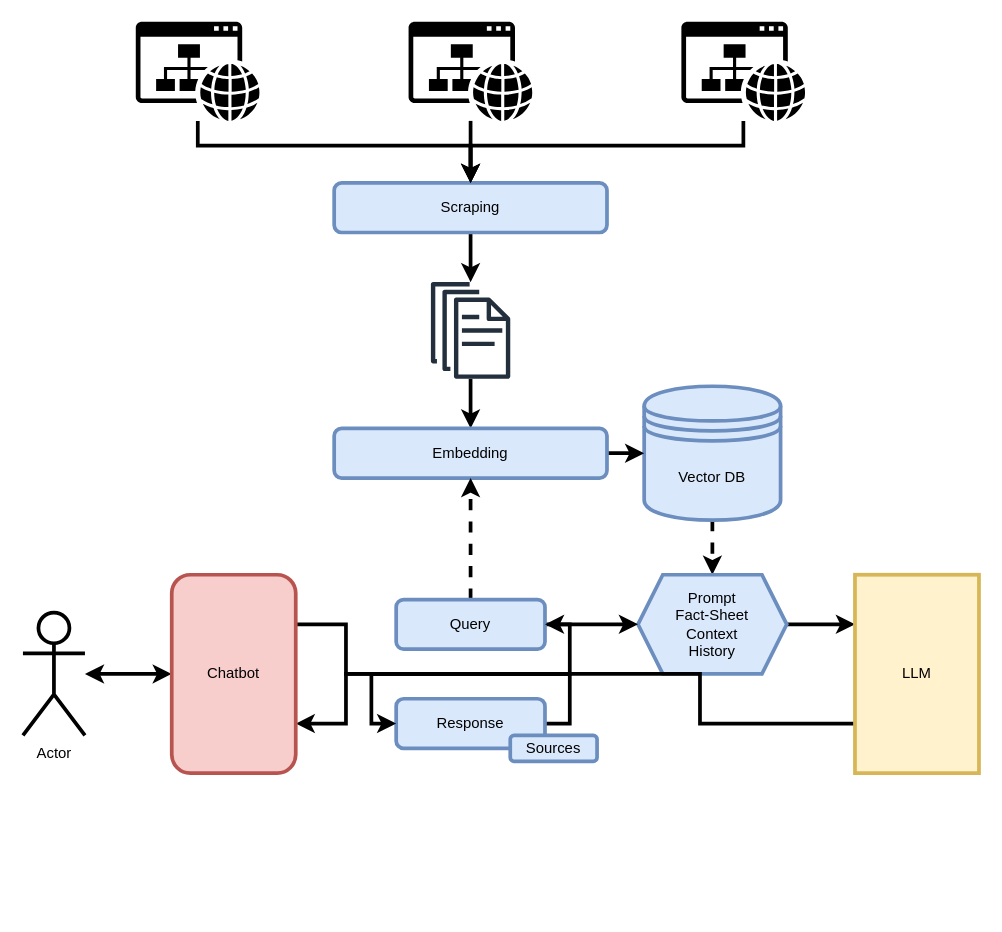
Earlier version of the draw.io diagram assets/architectureSimple.drawio (maxiwilke/geant-rag). Source tidied: cells renumbered, new cells numbered last; positions are measured from the earlier drawing's top-left corner, leaving out a move shared by most shapes. Both pictures are drawn from the tidied source at 124%, with x=0, y=0 at pixel (22, 21).
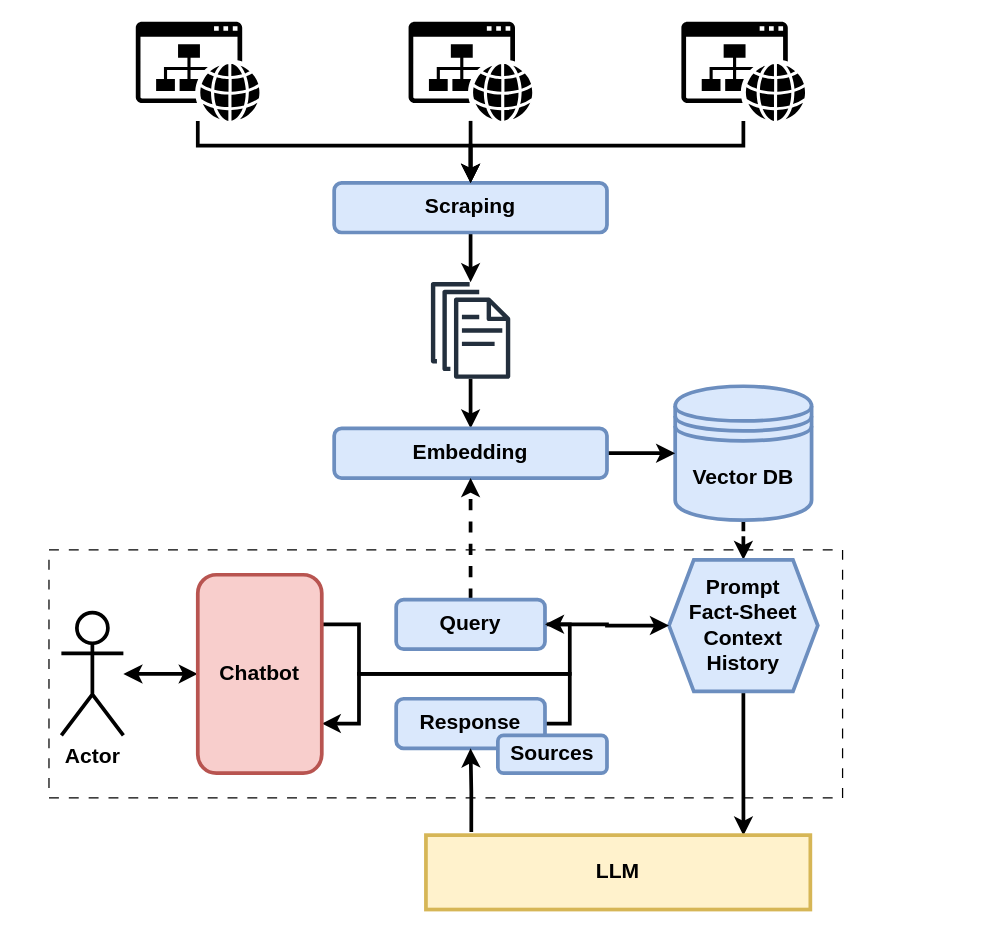
The same diagram, later.

Diff of the diagram source:
```diff
@@
-    <mxCell id="2" style="edgeStyle=orthogonalEdgeStyle;rounded=0;jettySize=auto;html=1;entryX=0.5;entryY=0;entryDx=0;entryDy=0;strokeWidth=3;" parent="1" edge="1" source="29" target="10">
+    <mxCell id="2" style="edgeStyle=orthogonalEdgeStyle;rounded=0;jettySize=auto;html=1;entryX=0.5;entryY=0;entryDx=0;entryDy=0;strokeWidth=3;fontSize=17;fontStyle=1;" parent="1" edge="1" source="29" target="10">
       <mxGeometry relative="1" as="geometry" />
     </mxCell>
-    <mxCell id="3" style="edgeStyle=orthogonalEdgeStyle;rounded=0;jettySize=auto;html=1;entryX=0.5;entryY=0;entryDx=0;entryDy=0;strokeWidth=3;dashed=1;" parent="1" edge="1" source="4" target="8">
+    <mxCell id="3" style="edgeStyle=orthogonalEdgeStyle;rounded=0;jettySize=auto;html=1;entryX=0.5;entryY=0;entryDx=0;entryDy=0;strokeWidth=3;dashed=1;fontSize=17;fontStyle=1;" parent="1" edge="1" source="4" target="8">
       <mxGeometry relative="1" as="geometry" />
     </mxCell>
-    <mxCell id="4" value="Vector DB" style="shape=datastore;whiteSpace=wrap;html=1;strokeWidth=3;fillColor=#dae8fc;strokeColor=#6c8ebf;" parent="1" vertex="1">
-      <mxGeometry x="501" y="294" width="110" height="108" as="geometry" />
+    <mxCell id="4" value="Vector DB" style="shape=datastore;whiteSpace=wrap;html=1;strokeWidth=3;fillColor=#dae8fc;strokeColor=#6c8ebf;fontSize=17;fontStyle=1;" parent="1" vertex="1">
+      <mxGeometry x="526" y="294" width="110" height="108" as="geometry" />
     </mxCell>
-    <mxCell id="5" style="edgeStyle=orthogonalEdgeStyle;rounded=0;jettySize=auto;html=1;strokeWidth=3;" parent="1" edge="1" source="6" target="29">
+    <mxCell id="5" style="edgeStyle=orthogonalEdgeStyle;rounded=0;jettySize=auto;html=1;strokeWidth=3;fontSize=17;fontStyle=1;" parent="1" edge="1" source="6" target="29">
       <mxGeometry relative="1" as="geometry" />
     </mxCell>
-    <mxCell id="6" value="Scraping" style="rounded=1;whiteSpace=wrap;html=1;strokeWidth=3;fillColor=#dae8fc;strokeColor=#6c8ebf;" parent="1" vertex="1">
+    <mxCell id="6" value="&lt;span&gt;Scraping&lt;/span&gt;" style="rounded=1;whiteSpace=wrap;html=1;strokeWidth=3;fillColor=#dae8fc;strokeColor=#6c8ebf;fontSize=17;fontStyle=1;" parent="1" vertex="1">
       <mxGeometry x="251" y="130" width="220" height="40" as="geometry" />
     </mxCell>
-    <mxCell id="7" style="edgeStyle=orthogonalEdgeStyle;rounded=0;jettySize=auto;html=1;exitX=1;exitY=0.5;exitDx=0;exitDy=0;entryX=0;entryY=0.25;entryDx=0;entryDy=0;strokeWidth=3;" parent="1" edge="1" source="8" target="20">
+    <mxCell id="7" style="edgeStyle=orthogonalEdgeStyle;rounded=0;jettySize=auto;html=1;exitX=0.5;exitY=1;exitDx=0;exitDy=0;entryX=0.826;entryY=0.006;entryDx=0;entryDy=0;strokeWidth=3;entryPerimeter=0;fontSize=17;fontStyle=1;" parent="1" edge="1" source="8" target="20">
       <mxGeometry relative="1" as="geometry" />
     </mxCell>
-    <mxCell id="8" value="Prompt&lt;div&gt;Fact-Sheet&lt;br&gt;&lt;div&gt;Context&lt;/div&gt;&lt;div&gt;History&lt;/div&gt;&lt;/div&gt;" style="shape=hexagon;perimeter=hexagonPerimeter2;whiteSpace=wrap;html=1;fixedSize=1;strokeWidth=3;fillColor=#dae8fc;strokeColor=#6c8ebf;" parent="1" vertex="1">
-      <mxGeometry x="496" y="446" width="120" height="80" as="geometry" />
+    <mxCell id="8" value="Prompt&lt;div&gt;Fact-Sheet&lt;br&gt;&lt;div&gt;Context&lt;/div&gt;&lt;div&gt;History&lt;/div&gt;&lt;/div&gt;" style="shape=hexagon;perimeter=hexagonPerimeter2;whiteSpace=wrap;html=1;fixedSize=1;strokeWidth=3;fillColor=#dae8fc;strokeColor=#6c8ebf;fontSize=17;fontStyle=1;" parent="1" vertex="1">
+      <mxGeometry x="521" y="434" width="120" height="106" as="geometry" />
     </mxCell>
-    <mxCell id="9" style="edgeStyle=orthogonalEdgeStyle;rounded=0;jettySize=auto;html=1;entryX=0;entryY=0.5;entryDx=0;entryDy=0;strokeWidth=3;" parent="1" edge="1" source="10" target="4">
+    <mxCell id="9" style="edgeStyle=orthogonalEdgeStyle;rounded=0;jettySize=auto;html=1;entryX=0;entryY=0.5;entryDx=0;entryDy=0;strokeWidth=3;fontSize=17;fontStyle=1;" parent="1" edge="1" source="10" target="4">
       <mxGeometry relative="1" as="geometry" />
     </mxCell>
-    <mxCell id="10" value="Embedding" style="rounded=1;whiteSpace=wrap;html=1;strokeWidth=3;flipH=1;legacyAnchorPoints=0;flipV=0;fillColor=#dae8fc;strokeColor=#6c8ebf;" parent="1" vertex="1">
+    <mxCell id="10" value="Embedding" style="rounded=1;whiteSpace=wrap;html=1;strokeWidth=3;flipH=1;legacyAnchorPoints=0;flipV=0;fillColor=#dae8fc;strokeColor=#6c8ebf;fontSize=17;fontStyle=1;" parent="1" vertex="1">
       <mxGeometry x="251" y="328" width="220" height="40" as="geometry" />
     </mxCell>
-    <mxCell id="11" style="edgeStyle=orthogonalEdgeStyle;rounded=0;jettySize=auto;html=1;entryX=0;entryY=0.5;entryDx=0;entryDy=0;strokeWidth=3;" parent="1" edge="1" source="13" target="8">
+    <mxCell id="11" style="edgeStyle=orthogonalEdgeStyle;rounded=0;jettySize=auto;html=1;entryX=0;entryY=0.5;entryDx=0;entryDy=0;strokeWidth=3;fontSize=17;fontStyle=1;" parent="1" edge="1" source="13" target="8">
       <mxGeometry relative="1" as="geometry" />
     </mxCell>
-    <mxCell id="12" style="edgeStyle=orthogonalEdgeStyle;rounded=0;jettySize=auto;html=1;entryX=0.5;entryY=1;entryDx=0;entryDy=0;strokeWidth=3;dashed=1;" parent="1" edge="1" source="13" target="10">
+    <mxCell id="12" style="edgeStyle=orthogonalEdgeStyle;rounded=0;jettySize=auto;html=1;entryX=0.5;entryY=1;entryDx=0;entryDy=0;strokeWidth=3;dashed=1;fontSize=17;fontStyle=1;" parent="1" edge="1" source="13" target="10">
       <mxGeometry relative="1" as="geometry" />
     </mxCell>
-    <mxCell id="13" value="Query" style="rounded=1;whiteSpace=wrap;html=1;strokeWidth=3;flipH=1;legacyAnchorPoints=0;flipV=0;fillColor=#dae8fc;strokeColor=#6c8ebf;" parent="1" vertex="1">
+    <mxCell id="13" value="Query" style="rounded=1;whiteSpace=wrap;html=1;strokeWidth=3;flipH=1;legacyAnchorPoints=0;flipV=0;fillColor=#dae8fc;strokeColor=#6c8ebf;fontSize=17;fontStyle=1;" parent="1" vertex="1">
       <mxGeometry x="301" y="466" width="120" height="40" as="geometry" />
     </mxCell>
-    <mxCell id="14" style="edgeStyle=orthogonalEdgeStyle;rounded=0;jettySize=auto;html=1;exitX=1;exitY=0.5;exitDx=0;exitDy=0;entryX=1;entryY=0.75;entryDx=0;entryDy=0;strokeWidth=3;" parent="1" edge="1" source="15" target="22">
+    <mxCell id="14" style="edgeStyle=orthogonalEdgeStyle;rounded=0;jettySize=auto;html=1;exitX=1;exitY=0.5;exitDx=0;exitDy=0;entryX=1;entryY=0.75;entryDx=0;entryDy=0;strokeWidth=3;fontSize=17;fontStyle=1;" parent="1" edge="1" source="15" target="22">
       <mxGeometry relative="1" as="geometry" />
     </mxCell>
-    <mxCell id="15" value="Response" style="rounded=1;whiteSpace=wrap;html=1;strokeWidth=3;flipH=1;legacyAnchorPoints=0;flipV=0;fillColor=#dae8fc;strokeColor=#6c8ebf;" parent="1" vertex="1">
+    <mxCell id="15" value="Response" style="rounded=1;whiteSpace=wrap;html=1;strokeWidth=3;flipH=1;legacyAnchorPoints=0;flipV=0;fillColor=#dae8fc;strokeColor=#6c8ebf;fontSize=17;fontStyle=1;" parent="1" vertex="1">
       <mxGeometry x="301" y="546" width="120" height="40" as="geometry" />
     </mxCell>
-    <mxCell id="16" value="Sources" style="rounded=1;whiteSpace=wrap;html=1;strokeWidth=3;fillColor=#dae8fc;strokeColor=#6c8ebf;" parent="1" vertex="1">
-      <mxGeometry x="393" y="575.5" width="70" height="21" as="geometry" />
+    <mxCell id="16" value="Sources" style="rounded=1;whiteSpace=wrap;html=1;strokeWidth=3;fillColor=#dae8fc;strokeColor=#6c8ebf;fontSize=17;fontStyle=1;" parent="1" vertex="1">
+      <mxGeometry x="383" y="575.5" width="88" height="30.5" as="geometry" />
     </mxCell>
-    <mxCell id="17" style="edgeStyle=orthogonalEdgeStyle;rounded=0;jettySize=auto;html=1;entryX=0;entryY=0.5;entryDx=0;entryDy=0;startArrow=classic;startFill=1;strokeWidth=3;" parent="1" edge="1" source="18" target="22">
+    <mxCell id="17" style="edgeStyle=orthogonalEdgeStyle;rounded=0;jettySize=auto;html=1;entryX=0;entryY=0.5;entryDx=0;entryDy=0;startArrow=classic;startFill=1;strokeWidth=3;fontSize=17;fontStyle=1;" parent="1" edge="1" source="18" target="22">
       <mxGeometry relative="1" as="geometry" />
     </mxCell>
-    <mxCell id="18" value="Actor" style="shape=umlActor;verticalLabelPosition=bottom;verticalAlign=top;html=1;outlineConnect=0;strokeWidth=3;" parent="1" vertex="1">
-      <mxGeometry y="476.5" width="50" height="99" as="geometry" />
+    <mxCell id="18" value="Actor" style="shape=umlActor;verticalLabelPosition=bottom;verticalAlign=top;html=1;outlineConnect=0;strokeWidth=3;fontSize=17;fontStyle=1;" parent="1" vertex="1">
+      <mxGeometry x="31" y="476.5" width="50" height="99" as="geometry" />
     </mxCell>
-    <mxCell id="19" style="edgeStyle=orthogonalEdgeStyle;rounded=0;jettySize=auto;html=1;exitX=0;exitY=0.75;exitDx=0;exitDy=0;entryX=0;entryY=0.5;entryDx=0;entryDy=0;strokeWidth=3;" parent="1" edge="1" source="20" target="15">
+    <mxCell id="19" style="edgeStyle=orthogonalEdgeStyle;rounded=0;jettySize=auto;html=1;entryX=0.5;entryY=1;entryDx=0;entryDy=0;strokeWidth=3;exitX=0.118;exitY=-0.043;exitDx=0;exitDy=0;exitPerimeter=0;fontSize=17;fontStyle=1;" parent="1" edge="1" source="20" target="15">
       <mxGeometry relative="1" as="geometry" />
     </mxCell>
-    <mxCell id="20" value="LLM" style="rounded=0;whiteSpace=wrap;html=1;strokeWidth=3;fillColor=#fff2cc;strokeColor=#d6b656;" parent="1" vertex="1">
-      <mxGeometry x="671" y="446" width="100" height="160" as="geometry" />
+    <mxCell id="20" value="LLM" style="rounded=0;whiteSpace=wrap;html=1;strokeWidth=3;fillColor=#fff2cc;strokeColor=#d6b656;fontSize=17;fontStyle=1;" parent="1" vertex="1">
+      <mxGeometry x="325" y="656" width="310" height="60" as="geometry" />
     </mxCell>
-    <mxCell id="21" style="edgeStyle=orthogonalEdgeStyle;rounded=0;jettySize=auto;html=1;exitX=1;exitY=0.25;exitDx=0;exitDy=0;entryX=1;entryY=0.5;entryDx=0;entryDy=0;strokeWidth=3;" parent="1" edge="1" source="22" target="13">
+    <mxCell id="21" style="edgeStyle=orthogonalEdgeStyle;rounded=0;jettySize=auto;html=1;exitX=1;exitY=0.25;exitDx=0;exitDy=0;entryX=1;entryY=0.5;entryDx=0;entryDy=0;strokeWidth=3;fontSize=17;fontStyle=1;" parent="1" edge="1" source="22" target="13">
       <mxGeometry relative="1" as="geometry" />
     </mxCell>
-    <mxCell id="22" value="Chatbot" style="whiteSpace=wrap;html=1;rounded=1;strokeWidth=3;fillColor=#f8cecc;strokeColor=#b85450;" parent="1" vertex="1">
-      <mxGeometry x="120" y="446" width="100" height="160" as="geometry" />
+    <mxCell id="22" value="Chatbot" style="whiteSpace=wrap;html=1;rounded=1;strokeWidth=3;fillColor=#f8cecc;strokeColor=#b85450;fontSize=17;fontStyle=1;" parent="1" vertex="1">
+      <mxGeometry x="141" y="446" width="100" height="160" as="geometry" />
     </mxCell>
@@
-    <mxCell id="29" style="sketch=0;outlineConnect=0;fontColor=#232F3E;gradientColor=none;fillColor=#232F3D;strokeColor=none;dashed=0;verticalLabelPosition=bottom;verticalAlign=top;align=center;html=1;fontSize=12;fontStyle=0;shape=mxgraph.aws4.documents;" parent="1" vertex="1">
+    <mxCell id="29" style="sketch=0;outlineConnect=0;fontColor=#232F3E;gradientColor=none;fillColor=#232F3D;strokeColor=none;dashed=0;verticalLabelPosition=bottom;verticalAlign=top;align=center;html=1;fontSize=17;fontStyle=1;shape=mxgraph.aws4.documents;" parent="1" vertex="1">
       <mxGeometry x="329" y="210" width="64" height="78" as="geometry" />
     </mxCell>
+    <mxCell id="30" style="rounded=0;whiteSpace=wrap;html=1;fillColor=none;dashed=1;dashPattern=8 8;fontSize=17;fontStyle=1;" parent="1" vertex="1">
+      <mxGeometry x="21" y="426" width="640" height="200" as="geometry" />
+    </mxCell>
```
